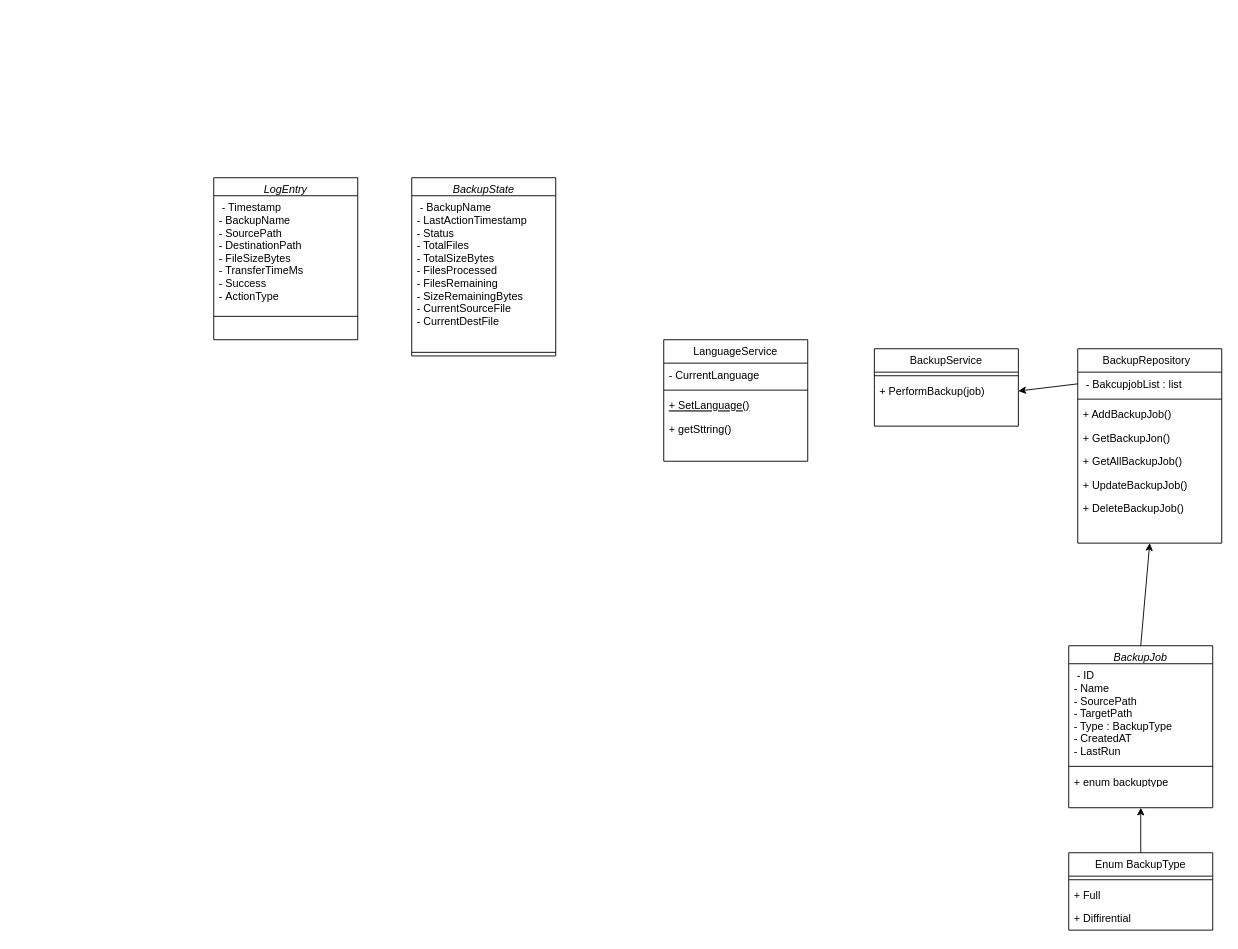
Earlier version of the draw.io diagram Resources/Diagramme de classe.drawio (titaosahraoui/EasySave). Source tidied: cells renumbered, new cells numbered last; positions are measured from the earlier drawing's top-left corner, leaving out a move shared by most shapes. Both pictures are drawn from the tidied source at 90%, with x=0, y=0 at pixel (213, 177).
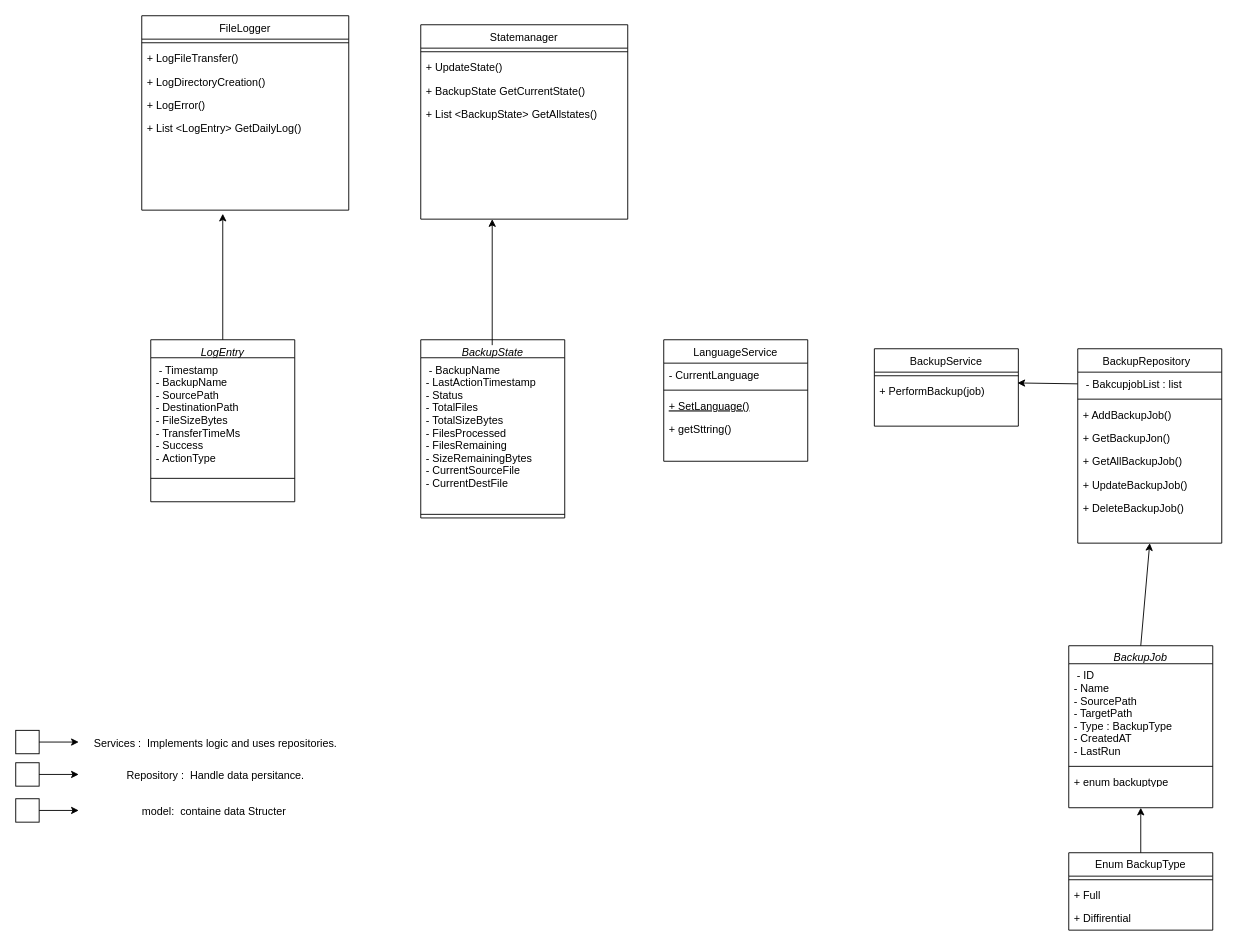
The same diagram, later.

Commit message:
Mettre à jour Diagramme de classe.drawio

Unchanged cells that the change refers to:
```xml
<mxCell id="13" value="+ PerformBackup(job)" style="text;align=left;verticalAlign=top;spacingLeft=4;spacingRight=4;overflow=hidden;points=[[0,0.5],[1,0.5]];portConstraint=eastwest;" parent="11" vertex="1">
  <mxGeometry y="34" width="160" height="26" as="geometry" />
</mxCell>
<mxCell id="15" value=" - BakcupjobList : list" style="text;align=left;verticalAlign=top;spacingLeft=4;spacingRight=4;overflow=hidden;points=[[0,0.5],[1,0.5]];portConstraint=eastwest;" parent="14" vertex="1">
  <mxGeometry y="26" width="160" height="26" as="geometry" />
</mxCell>
```

Change to the diagram source:
```diff
@@
-    <mxCell id="2" value="BackupJob" style="swimlane;fontStyle=2;align=center;verticalAlign=top;horizontal=1;startSize=20;rounded=0;shadow=0;strokeWidth=1;" parent="1" vertex="1">
+    <mxCell id="2" value="BackupJob" style="swimlane;fontStyle=2;align=center;verticalAlign=top;horizontal=1;startSize=20;rounded=0;shadow=0;strokeWidth=1;fillColor=light-dark(#FFFFFF,#FF0000);" parent="1" vertex="1">
       <mxGeometry x="950" y="520" width="160" height="180" as="geometry" />
     </mxCell>
@@
-    <mxCell id="6" value="LanguageService" style="swimlane;fontStyle=0;align=center;verticalAlign=top;horizontal=1;startSize=26;rounded=0;shadow=0;strokeWidth=1;" parent="1" vertex="1">
+    <mxCell id="6" value="LanguageService" style="swimlane;fontStyle=0;align=center;verticalAlign=top;horizontal=1;startSize=26;rounded=0;shadow=0;strokeWidth=1;fillColor=light-dark(#FFFFFF,#0000FF);" parent="1" vertex="1">
       <mxGeometry x="500" y="180" width="160" height="135" as="geometry" />
     </mxCell>
@@
-    <mxCell id="11" value="BackupService" style="swimlane;fontStyle=0;align=center;verticalAlign=top;horizontal=1;startSize=26;rounded=0;shadow=0;strokeWidth=1;" parent="1" vertex="1">
+    <mxCell id="11" value="BackupService" style="swimlane;fontStyle=0;align=center;verticalAlign=top;horizontal=1;startSize=26;rounded=0;shadow=0;strokeWidth=1;fillColor=light-dark(#FFFFFF,#0000FF);" parent="1" vertex="1">
       <mxGeometry x="734" y="190" width="160" height="86" as="geometry" />
     </mxCell>
@@
-    <mxCell id="14" value="BackupRepository  " style="swimlane;fontStyle=0;align=center;verticalAlign=top;horizontal=1;startSize=26;rounded=0;shadow=0;strokeWidth=1;" parent="1" vertex="1">
+    <mxCell id="14" value="BackupRepository  " style="swimlane;fontStyle=0;align=center;verticalAlign=top;horizontal=1;startSize=26;rounded=0;shadow=0;strokeWidth=1;fillColor=light-dark(#FFFFFF,#00FF00);" parent="1" vertex="1">
       <mxGeometry x="960" y="190" width="160" height="216" as="geometry" />
     </mxCell>
@@
-    <mxCell id="28" style="endArrow=classic;html=1;rounded=0;entryX=1;entryY=0.5;entryDx=0;entryDy=0;exitX=0;exitY=0.5;exitDx=0;exitDy=0;" parent="1" edge="1" source="15" target="13">
-      <mxGeometry relative="1" as="geometry" />
+    <mxCell id="28" style="endArrow=classic;html=1;rounded=0;exitX=0;exitY=0.5;exitDx=0;exitDy=0;" parent="1" edge="1" source="15">
+      <mxGeometry relative="1" as="geometry">
+        <mxPoint x="893" y="228" as="targetPoint" />
+      </mxGeometry>
     </mxCell>
-    <mxCell id="29" value="LogEntry" style="swimlane;fontStyle=2;align=center;verticalAlign=top;horizontal=1;startSize=20;rounded=0;shadow=0;strokeWidth=1;" parent="1" vertex="1">
-      <mxGeometry width="160" height="180" as="geometry" />
+    <mxCell id="29" value="LogEntry" style="swimlane;fontStyle=2;align=center;verticalAlign=top;horizontal=1;startSize=20;rounded=0;shadow=0;strokeWidth=1;fillColor=light-dark(#FFFFFF,#FF0000);" parent="1" vertex="1">
+      <mxGeometry x="-70" y="180" width="160" height="180" as="geometry" />
     </mxCell>
@@
-    <mxCell id="32" value="BackupState" style="swimlane;fontStyle=2;align=center;verticalAlign=top;horizontal=1;startSize=20;rounded=0;shadow=0;strokeWidth=1;" parent="1" vertex="1">
-      <mxGeometry x="220" width="160" height="198" as="geometry" />
+    <mxCell id="32" value="BackupState" style="swimlane;fontStyle=2;align=center;verticalAlign=top;horizontal=1;startSize=20;rounded=0;shadow=0;strokeWidth=1;fillColor=light-dark(#FFFFFF,#FF0000);" parent="1" vertex="1">
+      <mxGeometry x="230" y="180" width="160" height="198" as="geometry" />
     </mxCell>
@@
+    <mxCell id="35" value="Statemanager" style="swimlane;fontStyle=0;align=center;verticalAlign=top;horizontal=1;startSize=26;rounded=0;shadow=0;strokeWidth=1;fillColor=light-dark(#FFFFFF,#00FF00);" parent="1" vertex="1">
+      <mxGeometry x="230" y="-170" width="230" height="216" as="geometry" />
+    </mxCell>
+    <mxCell id="36" style="line;html=1;strokeWidth=1;align=left;verticalAlign=middle;spacingTop=-1;spacingLeft=3;spacingRight=3;labelPosition=right;" parent="35" vertex="1">
+      <mxGeometry y="26" width="230" height="8" as="geometry" />
+    </mxCell>
+    <mxCell id="37" value="+ UpdateState()" style="text;align=left;verticalAlign=top;spacingLeft=4;spacingRight=4;overflow=hidden;" parent="35" vertex="1">
+      <mxGeometry y="34" width="230" height="26" as="geometry" />
+    </mxCell>
+    <mxCell id="38" value="+ BackupState GetCurrentState()" style="text;align=left;verticalAlign=top;spacingLeft=4;spacingRight=4;overflow=hidden;" parent="35" vertex="1">
+      <mxGeometry y="60" width="230" height="26" as="geometry" />
+    </mxCell>
+    <mxCell id="39" value="+ List &lt;BackupState&gt; GetAllstates()" style="text;align=left;verticalAlign=top;spacingLeft=4;spacingRight=4;overflow=hidden;" parent="35" vertex="1">
+      <mxGeometry y="86" width="230" height="26" as="geometry" />
+    </mxCell>
+    <mxCell id="40" value="FileLogger" style="swimlane;fontStyle=0;align=center;verticalAlign=top;horizontal=1;startSize=26;rounded=0;shadow=0;strokeWidth=1;fillColor=light-dark(#FFFFFF,#00FF00);" parent="1" vertex="1">
+      <mxGeometry x="-80" y="-180" width="230" height="216" as="geometry" />
+    </mxCell>
+    <mxCell id="41" style="line;html=1;strokeWidth=1;align=left;verticalAlign=middle;spacingTop=-1;spacingLeft=3;spacingRight=3;labelPosition=right;" parent="40" vertex="1">
+      <mxGeometry y="26" width="230" height="8" as="geometry" />
+    </mxCell>
+    <mxCell id="42" value="+ LogFileTransfer()" style="text;align=left;verticalAlign=top;spacingLeft=4;spacingRight=4;overflow=hidden;" parent="40" vertex="1">
+      <mxGeometry y="34" width="230" height="26" as="geometry" />
+    </mxCell>
+    <mxCell id="43" value="+ LogDirectoryCreation()" style="text;align=left;verticalAlign=top;spacingLeft=4;spacingRight=4;overflow=hidden;" parent="40" vertex="1">
+      <mxGeometry y="60" width="230" height="26" as="geometry" />
+    </mxCell>
+    <mxCell id="44" value="+ LogError()" style="text;align=left;verticalAlign=top;spacingLeft=4;spacingRight=4;overflow=hidden;" parent="40" vertex="1">
+      <mxGeometry y="86" width="230" height="26" as="geometry" />
+    </mxCell>
+    <mxCell id="45" value="+ List &lt;LogEntry&gt; GetDailyLog()" style="text;align=left;verticalAlign=top;spacingLeft=4;spacingRight=4;overflow=hidden;" parent="40" vertex="1">
+      <mxGeometry y="112" width="230" height="26" as="geometry" />
+    </mxCell>
+    <mxCell id="46" style="endArrow=classic;html=1;rounded=0;exitX=0.5;exitY=0;exitDx=0;exitDy=0;" parent="1" edge="1" source="29">
+      <mxGeometry relative="1" as="geometry">
+        <mxPoint x="10" y="40" as="targetPoint" />
+      </mxGeometry>
+    </mxCell>
+    <mxCell id="47" style="endArrow=classic;html=1;rounded=0;exitX=0.5;exitY=0;exitDx=0;exitDy=0;" parent="1" edge="1">
+      <mxGeometry relative="1" as="geometry">
+        <mxPoint x="309.4" y="186" as="sourcePoint" />
+        <mxPoint x="309.4" y="46" as="targetPoint" />
+      </mxGeometry>
+    </mxCell>
+    <mxCell id="48" style="whiteSpace=wrap;html=1;fillColor=light-dark(#FFFFFF,#0000FF);" parent="1" vertex="1">
+      <mxGeometry x="-220" y="614" width="26" height="26" as="geometry" />
+    </mxCell>
+    <mxCell id="49" style="endArrow=classic;html=1;rounded=0;exitX=1;exitY=0.5;exitDx=0;exitDy=0;" parent="1" edge="1" source="48">
+      <mxGeometry relative="1" as="geometry">
+        <mxPoint x="-150" y="627" as="targetPoint" />
+      </mxGeometry>
+    </mxCell>
+    <mxCell id="50" value="&amp;nbsp;Services :&amp;nbsp;&amp;nbsp;Implements logic and uses repositories." style="text;html=1;align=center;verticalAlign=middle;strokeColor=none;fillColor=none;" parent="1" vertex="1">
+      <mxGeometry x="-150" y="614" width="300" height="30" as="geometry" />
+    </mxCell>
+    <mxCell id="51" style="whiteSpace=wrap;html=1;fillColor=light-dark(#FFFFFF,#00FF00);" parent="1" vertex="1">
+      <mxGeometry x="-220" y="650" width="26" height="26" as="geometry" />
+    </mxCell>
+    <mxCell id="52" style="endArrow=classic;html=1;rounded=0;exitX=1;exitY=0.5;exitDx=0;exitDy=0;" parent="1" edge="1" source="51">
+      <mxGeometry relative="1" as="geometry">
+        <mxPoint x="-150" y="663" as="targetPoint" />
+      </mxGeometry>
+    </mxCell>
+    <mxCell id="53" value="&amp;nbsp;Repository :&amp;nbsp; Handle data persitance." style="text;html=1;align=center;verticalAlign=middle;strokeColor=none;fillColor=none;" parent="1" vertex="1">
+      <mxGeometry x="-110" y="650" width="220" height="30" as="geometry" />
+    </mxCell>
+    <mxCell id="54" style="whiteSpace=wrap;html=1;fillColor=light-dark(#FFFFFF,#FF0000);" parent="1" vertex="1">
+      <mxGeometry x="-220" y="690" width="26" height="26" as="geometry" />
+    </mxCell>
+    <mxCell id="55" style="endArrow=classic;html=1;rounded=0;exitX=1;exitY=0.5;exitDx=0;exitDy=0;" parent="1" edge="1" source="54">
+      <mxGeometry relative="1" as="geometry">
+        <mxPoint x="-150" y="703" as="targetPoint" />
+      </mxGeometry>
+    </mxCell>
+    <mxCell id="56" value="&amp;nbsp;model:&amp;nbsp; containe data Structer&amp;nbsp;" style="text;html=1;align=center;verticalAlign=middle;strokeColor=none;fillColor=none;" parent="1" vertex="1">
+      <mxGeometry x="-95" y="690" width="190" height="30" as="geometry" />
+    </mxCell>
```
